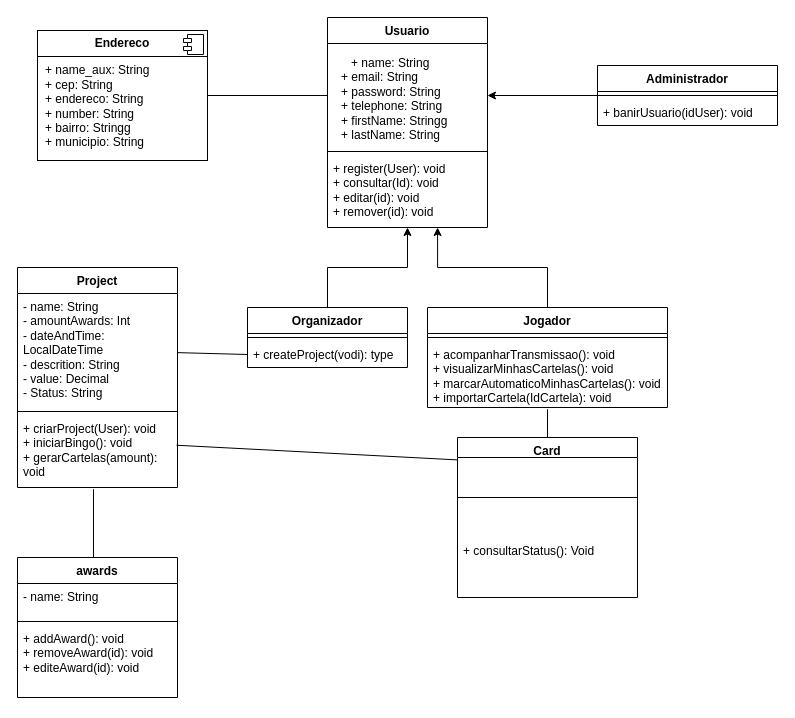
Above: diagrama-classe.drawio in carvalhomaykon/bingo-facil (draw.io), before the change. Source tidied: cells renumbered, new cells numbered last; positions are measured from the earlier drawing's top-left corner, leaving out a move shared by most shapes. Both pictures are drawn from the tidied source at 100%, with x=0, y=0 at pixel (17, 17).
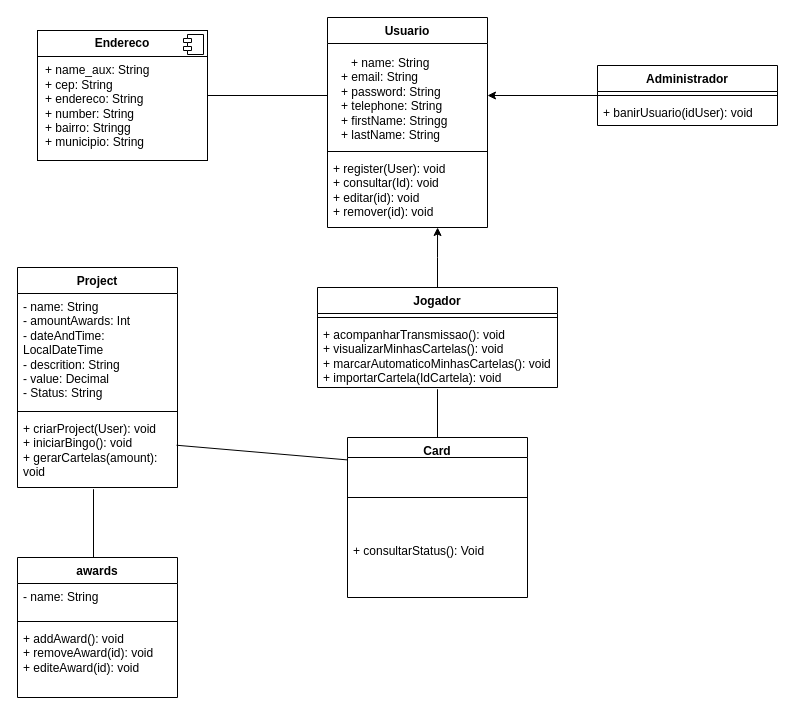
After the change.

Unchanged cells that the change refers to:
```xml
<mxCell id="8" value="- name: String&lt;div&gt;- amountAwards: Int&lt;/div&gt;&lt;div&gt;- dateAndTime: LocalDateTime&lt;/div&gt;&lt;div&gt;- descrition: String&lt;/div&gt;&lt;div&gt;- value: Decimal&lt;/div&gt;&lt;div&gt;- Status: String&lt;/div&gt;" style="text;strokeColor=none;fillColor=none;align=left;verticalAlign=top;spacingLeft=4;spacingRight=4;overflow=hidden;points=[[0,0.5],[1,0.5]];portConstraint=eastwest;whiteSpace=wrap;html=1;" parent="7" vertex="1">
  <mxGeometry y="26" width="160" height="114" as="geometry" />
</mxCell>
<mxCell id="27" value="+ register(User): void&lt;div&gt;+ consultar(Id): void&lt;/div&gt;&lt;div&gt;+ editar(id): void&lt;/div&gt;&lt;div&gt;+ remover(id): void&lt;/div&gt;" style="text;strokeColor=none;fillColor=none;align=left;verticalAlign=top;spacingLeft=4;spacingRight=4;overflow=hidden;points=[[0,0.5],[1,0.5]];portConstraint=eastwest;whiteSpace=wrap;html=1;" parent="24" vertex="1">
  <mxGeometry y="138" width="160" height="72" as="geometry" />
</mxCell>
```

Change to the diagram source:
```diff
@@
-    <mxCell id="4" value="Organizador" style="swimlane;fontStyle=1;align=center;verticalAlign=top;horizontal=1;startSize=26;whiteSpace=wrap;html=1;" parent="1" vertex="1">
-      <mxGeometry x="230" y="290" width="160" height="60" as="geometry" />
-    </mxCell>
-    <mxCell id="5" style="line;strokeWidth=1;fillColor=none;align=left;verticalAlign=middle;spacingTop=-1;spacingLeft=3;spacingRight=3;labelPosition=right;strokeColor=inherit;" parent="4" vertex="1">
-      <mxGeometry y="26" width="160" height="8" as="geometry" />
-    </mxCell>
-    <mxCell id="6" value="+ createProject(vodi): type" style="text;strokeColor=none;fillColor=none;align=left;verticalAlign=top;spacingLeft=4;spacingRight=4;overflow=hidden;points=[[0,0.5],[1,0.5]];portConstraint=eastwest;whiteSpace=wrap;html=1;" parent="4" vertex="1">
-      <mxGeometry y="34" width="160" height="26" as="geometry" />
-    </mxCell>
@@
     <mxCell id="11" value="Jogador" style="swimlane;fontStyle=1;align=center;verticalAlign=top;horizontal=1;startSize=26;whiteSpace=wrap;html=1;" parent="1" vertex="1">
-      <mxGeometry x="410" y="290" width="240" height="100" as="geometry" />
+      <mxGeometry x="300" y="270" width="240" height="100" as="geometry" />
     </mxCell>
@@
-    <mxCell id="14" style="endArrow=none;html=1;rounded=0;entryX=0;entryY=0.5;entryDx=0;entryDy=0;" parent="1" edge="1" source="8" target="6">
-      <mxGeometry relative="1" as="geometry" />
-    </mxCell>
@@
     <mxCell id="19" value="Card" style="swimlane;fontStyle=1;align=center;verticalAlign=top;horizontal=1;startSize=20;whiteSpace=wrap;html=1;" parent="1" vertex="1">
-      <mxGeometry x="440" y="420" width="180" height="160" as="geometry" />
+      <mxGeometry x="330" y="420" width="180" height="160" as="geometry" />
     </mxCell>
@@
-    <mxCell id="28" style="edgeStyle=orthogonalEdgeStyle;rounded=0;jettySize=auto;html=1;entryX=0.5;entryY=1;entryDx=0;entryDy=0;entryPerimeter=0;" parent="1" edge="1" source="4" target="27">
-      <mxGeometry relative="1" as="geometry" />
-    </mxCell>
```
